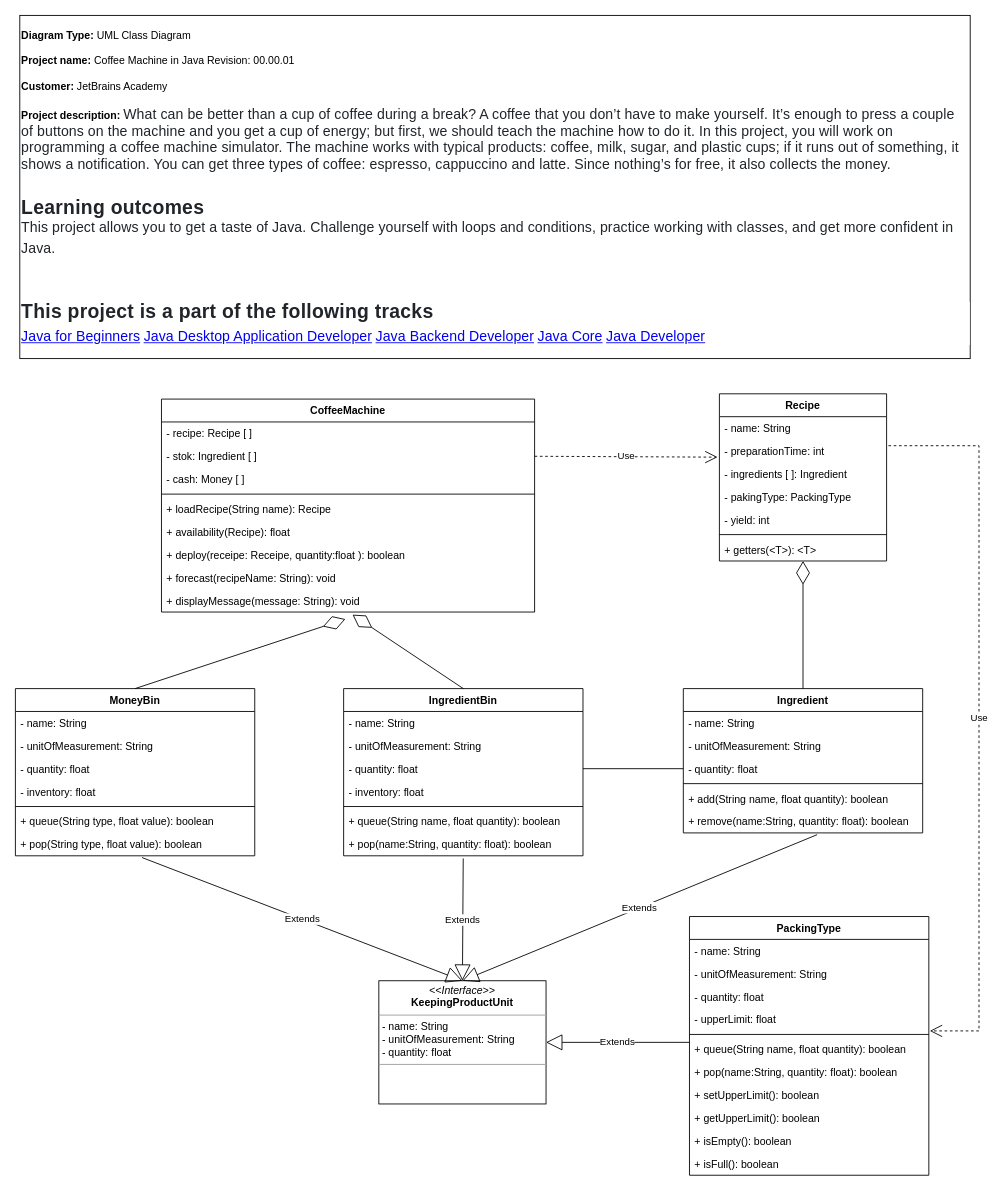
Before: UML/CoffeMachine.drawio in AlbertoVictorRebello/JetBrainsJavaForBeginners-CoffeMachineProject, a draw.io diagram. Source tidied: cells renumbered, new cells numbered last; positions are measured from the earlier drawing's top-left corner, leaving out a move shared by most shapes. Both pictures are drawn from the tidied source at 88%, with x=0, y=0 at pixel (15, 15).
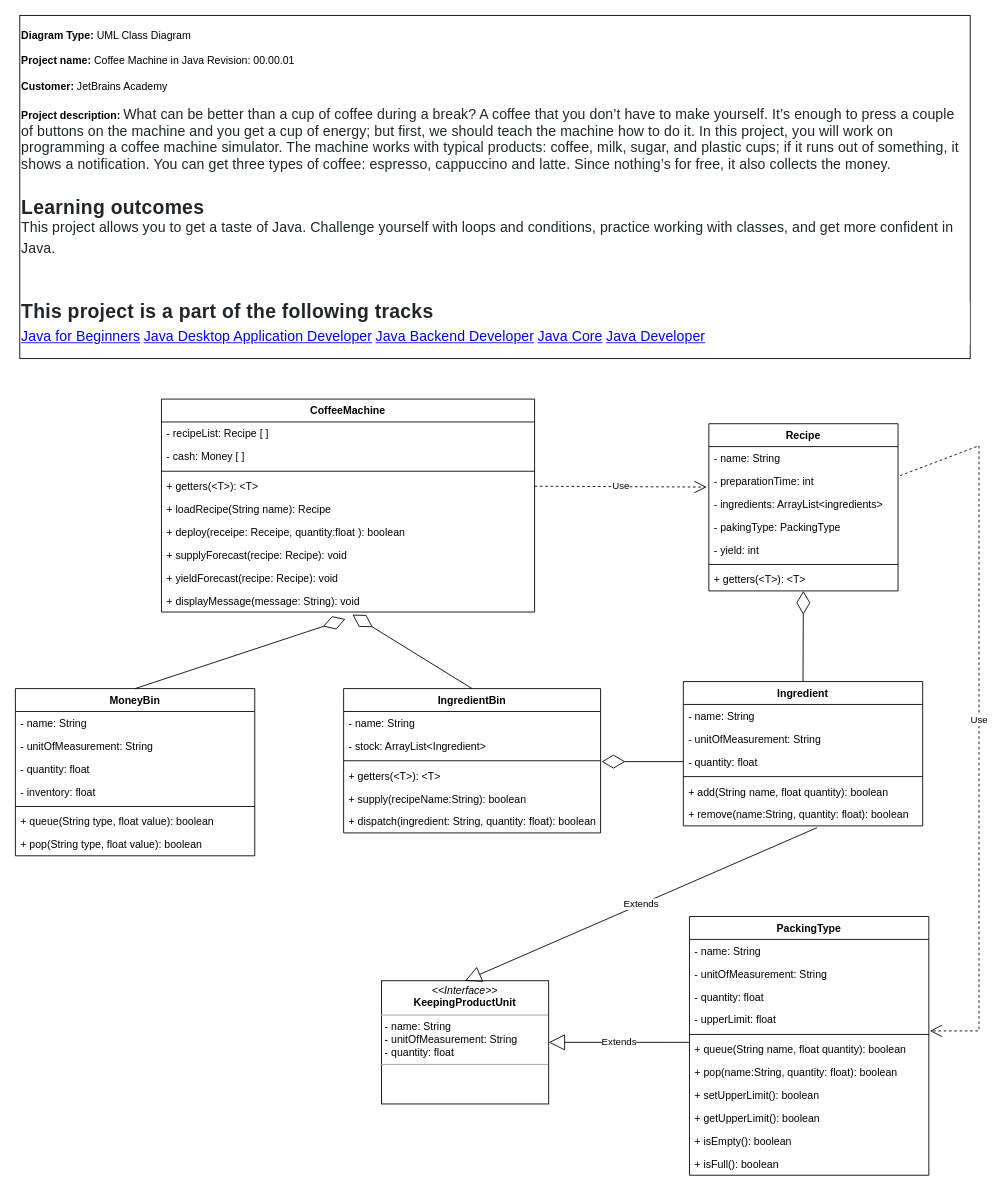
After the change.

Unchanged cells that the change refers to:
```xml
<mxCell id="4" value="CoffeeMachine" style="swimlane;fontStyle=1;align=center;verticalAlign=top;horizontal=1;startSize=26;" parent="1" vertex="1">
  <mxGeometry x="166" y="436" width="424" height="242" as="geometry" />
</mxCell>
<mxCell id="38" value="+ pop(String type, float value): boolean" style="text;strokeColor=none;fillColor=none;align=left;verticalAlign=top;spacingLeft=4;spacingRight=4;overflow=hidden;points=[[0,0.5],[1,0.5]];portConstraint=eastwest;" parent="31" vertex="1">
  <mxGeometry y="164" width="272" height="26" as="geometry" />
</mxCell>
<mxCell id="44" value="- quantity: float" style="text;strokeColor=none;fillColor=none;align=left;verticalAlign=top;spacingLeft=4;spacingRight=4;overflow=hidden;points=[[0,0.5],[1,0.5]];portConstraint=eastwest;" parent="41" vertex="1">
  <mxGeometry y="78" width="272" height="26" as="geometry" />
</mxCell>
```

The edit, as a diff of the source:
```diff
@@
-    <mxCell id="3" value="Use" style="endArrow=open;endSize=12;dashed=1;html=1;rounded=0;entryX=-0.011;entryY=0.769;entryDx=0;entryDy=0;exitX=1;exitY=0.5;exitDx=0;exitDy=0;entryPerimeter=0;" parent="1" edge="1" source="6" target="16">
+    <mxCell id="3" value="Use" style="endArrow=open;endSize=12;dashed=1;html=1;rounded=0;entryX=-0.011;entryY=0.769;entryDx=0;entryDy=0;exitX=1;exitY=0.5;exitDx=0;exitDy=0;entryPerimeter=0;" parent="1" edge="1" source="67" target="16">
       <mxGeometry relative="1" as="geometry" />
     </mxCell>
@@
-    <mxCell id="5" value="- recipe: Recipe [ ]&#10;" style="text;strokeColor=none;fillColor=none;align=left;verticalAlign=top;spacingLeft=4;spacingRight=4;overflow=hidden;" parent="4" vertex="1">
+    <mxCell id="5" value="- recipeList: Recipe [ ]&#10;" style="text;strokeColor=none;fillColor=none;align=left;verticalAlign=top;spacingLeft=4;spacingRight=4;overflow=hidden;" parent="4" vertex="1">
       <mxGeometry y="26" width="424" height="26" as="geometry" />
     </mxCell>
-    <mxCell id="6" value="- stok: Ingredient [ ]" style="text;strokeColor=none;fillColor=none;align=left;verticalAlign=top;spacingLeft=4;spacingRight=4;overflow=hidden;points=[[0,0.5],[1,0.5]];portConstraint=eastwest;" parent="4" vertex="1">
-      <mxGeometry y="52" width="424" height="26" as="geometry" />
-    </mxCell>
     <mxCell id="7" value="- cash: Money [ ]" style="text;strokeColor=none;fillColor=none;align=left;verticalAlign=top;spacingLeft=4;spacingRight=4;overflow=hidden;" parent="4" vertex="1">
-      <mxGeometry y="78" width="424" height="26" as="geometry" />
+      <mxGeometry y="52" width="424" height="26" as="geometry" />
     </mxCell>
     <mxCell id="8" style="line;strokeWidth=1;fillColor=none;align=left;verticalAlign=middle;spacingTop=-1;spacingLeft=3;spacingRight=3;labelPosition=right;" parent="4" vertex="1">
-      <mxGeometry y="104" width="424" height="8" as="geometry" />
+      <mxGeometry y="78" width="424" height="8" as="geometry" />
     </mxCell>
+    <mxCell id="67" value="+ getters(&lt;T&gt;): &lt;T&gt;" style="text;strokeColor=none;fillColor=none;align=left;verticalAlign=top;spacingLeft=4;spacingRight=4;overflow=hidden;points=[[0,0.5],[1,0.5]];portConstraint=eastwest;" parent="4" vertex="1">
+      <mxGeometry y="86" width="424" height="26" as="geometry" />
+    </mxCell>
@@
-    <mxCell id="10" value="+ availability(Recipe): float" style="text;strokeColor=none;fillColor=none;align=left;verticalAlign=top;spacingLeft=4;spacingRight=4;overflow=hidden;" parent="4" vertex="1">
-      <mxGeometry y="138" width="424" height="26" as="geometry" />
-    </mxCell>
     <mxCell id="11" value="+ deploy(receipe: Receipe, quantity:float ): boolean" style="text;strokeColor=none;fillColor=none;align=left;verticalAlign=top;spacingLeft=4;spacingRight=4;overflow=hidden;" parent="4" vertex="1">
-      <mxGeometry y="164" width="424" height="26" as="geometry" />
+      <mxGeometry y="138" width="424" height="26" as="geometry" />
     </mxCell>
-    <mxCell id="12" value="+ forecast(recipeName: String): void" style="text;strokeColor=none;fillColor=none;align=left;verticalAlign=top;spacingLeft=4;spacingRight=4;overflow=hidden;" parent="4" vertex="1">
-      <mxGeometry y="190" width="424" height="26" as="geometry" />
+    <mxCell id="12" value="+ supplyForecast(recipe: Recipe): void" style="text;strokeColor=none;fillColor=none;align=left;verticalAlign=top;spacingLeft=4;spacingRight=4;overflow=hidden;" parent="4" vertex="1">
+      <mxGeometry y="164" width="424" height="26" as="geometry" />
     </mxCell>
+    <mxCell id="68" value="+ yieldForecast(recipe: Recipe): void" style="text;strokeColor=none;fillColor=none;align=left;verticalAlign=top;spacingLeft=4;spacingRight=4;overflow=hidden;" parent="4" vertex="1">
+      <mxGeometry y="190" width="424" height="26" as="geometry" />
+    </mxCell>
@@
     <mxCell id="14" value="Recipe" style="swimlane;fontStyle=1;align=center;verticalAlign=top;horizontal=1;startSize=26;" parent="1" vertex="1">
-      <mxGeometry x="800" y="430" width="190" height="190" as="geometry" />
+      <mxGeometry x="788" y="464" width="215" height="190" as="geometry" />
     </mxCell>
     <mxCell id="15" value="- name: String&#10;" style="text;strokeColor=none;fillColor=none;align=left;verticalAlign=top;spacingLeft=4;spacingRight=4;overflow=hidden;" parent="14" vertex="1">
-      <mxGeometry y="26" width="190" height="26" as="geometry" />
+      <mxGeometry y="26" width="215" height="26" as="geometry" />
     </mxCell>
     <mxCell id="16" value="- preparationTime: int&#10;" style="text;strokeColor=none;fillColor=none;align=left;verticalAlign=top;spacingLeft=4;spacingRight=4;overflow=hidden;points=[[0,0.5],[1,0.5]];portConstraint=eastwest;" parent="14" vertex="1">
-      <mxGeometry y="52" width="190" height="26" as="geometry" />
+      <mxGeometry y="52" width="215" height="26" as="geometry" />
     </mxCell>
-    <mxCell id="17" value="- ingredients [ ]: Ingredient &#10;" style="text;strokeColor=none;fillColor=none;align=left;verticalAlign=top;spacingLeft=4;spacingRight=4;overflow=hidden;" parent="14" vertex="1">
-      <mxGeometry y="78" width="190" height="26" as="geometry" />
+    <mxCell id="17" value="- ingredients: ArrayList&lt;ingredients&gt;&#10;" style="text;strokeColor=none;fillColor=none;align=left;verticalAlign=top;spacingLeft=4;spacingRight=4;overflow=hidden;" parent="14" vertex="1">
+      <mxGeometry y="78" width="215" height="26" as="geometry" />
     </mxCell>
     <mxCell id="18" value="- pakingType: PackingType" style="text;strokeColor=none;fillColor=none;align=left;verticalAlign=top;spacingLeft=4;spacingRight=4;overflow=hidden;" parent="14" vertex="1">
-      <mxGeometry y="104" width="190" height="26" as="geometry" />
+      <mxGeometry y="104" width="215" height="26" as="geometry" />
     </mxCell>
     <mxCell id="19" value="- yield: int" style="text;strokeColor=none;fillColor=none;align=left;verticalAlign=top;spacingLeft=4;spacingRight=4;overflow=hidden;" parent="14" vertex="1">
-      <mxGeometry y="130" width="190" height="26" as="geometry" />
+      <mxGeometry y="130" width="215" height="26" as="geometry" />
     </mxCell>
     <mxCell id="20" style="line;strokeWidth=1;fillColor=none;align=left;verticalAlign=middle;spacingTop=-1;spacingLeft=3;spacingRight=3;labelPosition=right;" parent="14" vertex="1">
-      <mxGeometry y="156" width="190" height="8" as="geometry" />
+      <mxGeometry y="156" width="215" height="8" as="geometry" />
     </mxCell>
     <mxCell id="21" value="+ getters(&lt;T&gt;): &lt;T&gt;" style="text;strokeColor=none;fillColor=none;align=left;verticalAlign=top;spacingLeft=4;spacingRight=4;overflow=hidden;points=[[0,0.5],[1,0.5]];portConstraint=eastwest;" parent="14" vertex="1">
-      <mxGeometry y="164" width="190" height="26" as="geometry" />
+      <mxGeometry y="164" width="215" height="26" as="geometry" />
     </mxCell>
     <mxCell id="22" value="IngredientBin" style="swimlane;fontStyle=1;align=center;verticalAlign=top;horizontal=1;startSize=26;" parent="1" vertex="1">
-      <mxGeometry x="373" y="765" width="272" height="190" as="geometry" />
+      <mxGeometry x="373" y="765" width="292" height="164" as="geometry" />
     </mxCell>
     <mxCell id="23" value="- name: String" style="text;strokeColor=none;fillColor=none;align=left;verticalAlign=top;spacingLeft=4;spacingRight=4;overflow=hidden;" parent="22" vertex="1">
-      <mxGeometry y="26" width="272" height="26" as="geometry" />
+      <mxGeometry y="26" width="292" height="26" as="geometry" />
     </mxCell>
-    <mxCell id="24" value="- unitOfMeasurement: String" style="text;strokeColor=none;fillColor=none;align=left;verticalAlign=top;spacingLeft=4;spacingRight=4;overflow=hidden;" parent="22" vertex="1">
-      <mxGeometry y="52" width="272" height="26" as="geometry" />
-    </mxCell>
-    <mxCell id="25" value="- quantity: float" style="text;strokeColor=none;fillColor=none;align=left;verticalAlign=top;spacingLeft=4;spacingRight=4;overflow=hidden;points=[[0,0.5],[1,0.5]];portConstraint=eastwest;" parent="22" vertex="1">
-      <mxGeometry y="78" width="272" height="26" as="geometry" />
-    </mxCell>
-    <mxCell id="26" value="- inventory: float" style="text;strokeColor=none;fillColor=none;align=left;verticalAlign=top;spacingLeft=4;spacingRight=4;overflow=hidden;" parent="22" vertex="1">
-      <mxGeometry y="104" width="272" height="26" as="geometry" />
-    </mxCell>
+    <mxCell id="6" value="- stock: ArrayList&lt;Ingredient&gt;" style="text;strokeColor=none;fillColor=none;align=left;verticalAlign=top;spacingLeft=4;spacingRight=4;overflow=hidden;points=[[0,0.5],[1,0.5]];portConstraint=eastwest;" parent="22" vertex="1">
+      <mxGeometry y="52" width="292" height="26" as="geometry" />
+    </mxCell>
     <mxCell id="27" style="line;strokeWidth=1;fillColor=none;align=left;verticalAlign=middle;spacingTop=-1;spacingLeft=3;spacingRight=3;labelPosition=right;" parent="22" vertex="1">
-      <mxGeometry y="130" width="272" height="8" as="geometry" />
+      <mxGeometry y="78" width="292" height="8" as="geometry" />
     </mxCell>
-    <mxCell id="28" value="+ queue(String name, float quantity): boolean" style="text;strokeColor=none;fillColor=none;align=left;verticalAlign=top;spacingLeft=4;spacingRight=4;overflow=hidden;" parent="22" vertex="1">
-      <mxGeometry y="138" width="272" height="26" as="geometry" />
-    </mxCell>
+    <mxCell id="69" value="+ getters(&lt;T&gt;): &lt;T&gt;" style="text;strokeColor=none;fillColor=none;align=left;verticalAlign=top;spacingLeft=4;spacingRight=4;overflow=hidden;" parent="22" vertex="1">
+      <mxGeometry y="86" width="292" height="26" as="geometry" />
+    </mxCell>
+    <mxCell id="70" value="+ supply(recipeName:String): boolean" style="text;strokeColor=none;fillColor=none;align=left;verticalAlign=top;spacingLeft=4;spacingRight=4;overflow=hidden;" parent="22" vertex="1">
+      <mxGeometry y="112" width="292" height="26" as="geometry" />
+    </mxCell>
-    <mxCell id="29" value="+ pop(name:String, quantity: float): boolean" style="text;strokeColor=none;fillColor=none;align=left;verticalAlign=top;spacingLeft=4;spacingRight=4;overflow=hidden;" parent="22" vertex="1">
-      <mxGeometry y="164" width="272" height="26" as="geometry" />
+    <mxCell id="29" value="+ dispatch(ingredient: String, quantity: float): boolean" style="text;strokeColor=none;fillColor=none;align=left;verticalAlign=top;spacingLeft=4;spacingRight=4;overflow=hidden;" parent="22" vertex="1">
+      <mxGeometry y="138" width="292" height="26" as="geometry" />
     </mxCell>
@@
     <mxCell id="40" value="&lt;p style=&quot;margin: 0px ; margin-top: 4px ; text-align: center&quot;&gt;&lt;i&gt;&amp;lt;&amp;lt;Interface&amp;gt;&amp;gt;&lt;/i&gt;&lt;br&gt;&lt;span style=&quot;font-weight: 700&quot;&gt;KeepingProductUnit&lt;/span&gt;&lt;br&gt;&lt;/p&gt;&lt;hr size=&quot;1&quot;&gt;&lt;p style=&quot;margin: 0px ; margin-left: 4px&quot;&gt;- name: String&lt;br&gt;- unitOfMeasurement: String&lt;br&gt;&lt;/p&gt;&lt;p style=&quot;margin: 0px ; margin-left: 4px&quot;&gt;- quantity: float&lt;br&gt;&lt;/p&gt;&lt;hr size=&quot;1&quot;&gt;&lt;p style=&quot;margin: 0px ; margin-left: 4px&quot;&gt;&lt;br&gt;&lt;/p&gt;" style="verticalAlign=top;align=left;overflow=fill;fontSize=12;fontFamily=Helvetica;html=1;" parent="1" vertex="1">
-      <mxGeometry x="413" y="1097" width="190" height="140" as="geometry" />
+      <mxGeometry x="416" y="1097" width="190" height="140" as="geometry" />
     </mxCell>
     <mxCell id="41" value="Ingredient" style="swimlane;fontStyle=1;align=center;verticalAlign=top;horizontal=1;startSize=26;" parent="1" vertex="1">
-      <mxGeometry x="759" y="765" width="272" height="164" as="geometry" />
+      <mxGeometry x="759" y="757" width="272" height="164" as="geometry" />
     </mxCell>
@@
-    <mxCell id="49" style="endArrow=none;html=1;edgeStyle=orthogonalEdgeStyle;rounded=0;exitX=1;exitY=0.5;exitDx=0;exitDy=0;" parent="1" edge="1" source="25" target="44">
-      <mxGeometry relative="1" as="geometry" />
-    </mxCell>
-    <mxCell id="50" value="Extends" style="endArrow=block;endSize=16;endFill=0;html=1;rounded=0;entryX=0.5;entryY=0;entryDx=0;entryDy=0;exitX=0.529;exitY=1.077;exitDx=0;exitDy=0;exitPerimeter=0;" parent="1" edge="1" source="38" target="40">
-      <mxGeometry relative="1" as="geometry" />
-    </mxCell>
-    <mxCell id="51" value="Extends" style="endArrow=block;endSize=16;endFill=0;html=1;rounded=0;exitX=0.518;exitY=1.115;exitDx=0;exitDy=0;exitPerimeter=0;entryX=0.5;entryY=0;entryDx=0;entryDy=0;" parent="1" edge="1" target="40">
-      <mxGeometry relative="1" as="geometry">
-        <mxPoint x="508.9" y="958" as="sourcePoint" />
-      </mxGeometry>
-    </mxCell>
@@
+    <mxCell id="71" style="endArrow=diamondThin;endFill=0;endSize=24;html=1;rounded=0;exitX=0;exitY=0.5;exitDx=0;exitDy=0;entryX=1.004;entryY=1.192;entryDx=0;entryDy=0;entryPerimeter=0;" parent="1" edge="1" source="44" target="6">
+      <mxGeometry relative="1" as="geometry" />
+    </mxCell>
```
